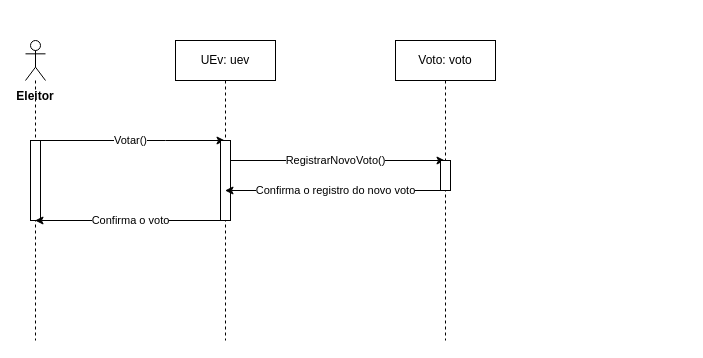
HenriqueFinatti/Modelagem-De-Software-Orientado-a-Objetos keeps this draw.io diagram as Lab03- Diagrama de Sequencias/votar.drawio. Above is the earlier version. Source tidied: cells renumbered, new cells numbered last; positions are measured from the earlier drawing's top-left corner, leaving out a move shared by most shapes. Both pictures are drawn from the tidied source at 100%, with x=0, y=0 at pixel (25, 40).
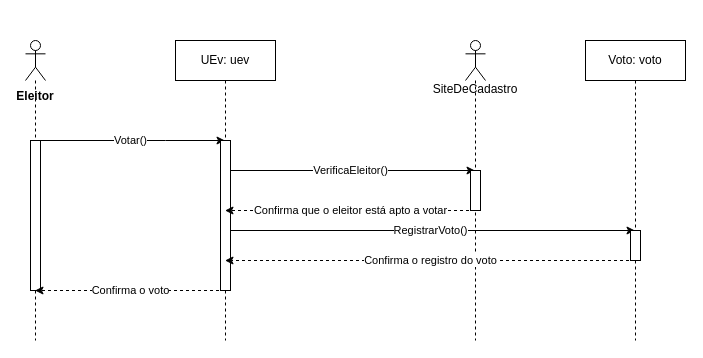
The same page after the edit.

The change refers to these unchanged cells:
```xml
<mxCell id="3" value="&lt;div&gt;&lt;b&gt;&lt;br&gt;&lt;/b&gt;&lt;/div&gt;&lt;div&gt;&lt;b&gt;&lt;br&gt;&lt;/b&gt;&lt;/div&gt;&lt;div&gt;&lt;b&gt;&lt;br&gt;&lt;/b&gt;&lt;/div&gt;&lt;div&gt;&lt;b&gt;&lt;br&gt;&lt;/b&gt;&lt;/div&gt;&lt;div&gt;&lt;b&gt;&lt;br&gt;&lt;/b&gt;&lt;/div&gt;&lt;div&gt;&lt;b&gt;Eleitor&lt;/b&gt;&lt;/div&gt;" style="shape=umlLifeline;perimeter=lifelinePerimeter;whiteSpace=wrap;html=1;outlineConnect=0;portConstraint=eastwest;newEdgeStyle={&quot;curved&quot;:0,&quot;rounded&quot;:0};participant=umlActor;" parent="1" vertex="1">
  <mxGeometry width="20" height="300" as="geometry" />
</mxCell>
<mxCell id="7" value="UEv: uev" style="shape=umlLifeline;perimeter=lifelinePerimeter;whiteSpace=wrap;html=1;outlineConnect=0;portConstraint=eastwest;newEdgeStyle={&quot;curved&quot;:0,&quot;rounded&quot;:0};" parent="1" vertex="1">
  <mxGeometry x="150" width="100" height="300" as="geometry" />
</mxCell>
```

Change to the diagram source:
```diff
@@
-    <mxCell id="4" style="html=1;perimeter=orthogonalPerimeter;targetShapes=umlLifeline;newEdgeStyle={&quot;curved&quot;:0,&quot;rounded&quot;:0};" parent="3" vertex="1">
-      <mxGeometry x="5" y="100" width="10" height="80" as="geometry" />
-    </mxCell>
+    <mxCell id="12" style="html=1;perimeter=orthogonalPerimeter;targetShapes=umlLifeline;newEdgeStyle={&quot;curved&quot;:0,&quot;rounded&quot;:0};" parent="3" vertex="1">
+      <mxGeometry x="5" y="100" width="10" height="150" as="geometry" />
+    </mxCell>
+    <mxCell id="13" value="VerificaEleitor()" style="edgeStyle=orthogonalEdgeStyle;rounded=0;jettySize=auto;html=1;curved=0;" parent="1" edge="1" source="7" target="16">
+      <mxGeometry relative="1" as="geometry">
+        <Array as="points">
+          <mxPoint x="320" y="130" />
+          <mxPoint x="320" y="130" />
+        </Array>
+      </mxGeometry>
+    </mxCell>
-    <mxCell id="5" value="RegistrarNovoVoto()" style="edgeStyle=orthogonalEdgeStyle;rounded=0;jettySize=auto;html=1;curved=0;" parent="1" edge="1" source="7" target="10">
+    <mxCell id="5" value="RegistrarVoto()" style="edgeStyle=orthogonalEdgeStyle;rounded=0;jettySize=auto;html=1;curved=0;" parent="1" edge="1" source="7" target="10">
       <mxGeometry relative="1" as="geometry">
         <Array as="points">
-          <mxPoint x="310" y="120" />
-          <mxPoint x="310" y="120" />
+          <mxPoint x="410" y="190" />
+          <mxPoint x="410" y="190" />
         </Array>
       </mxGeometry>
     </mxCell>
-    <mxCell id="6" value="Confirma o voto" style="edgeStyle=orthogonalEdgeStyle;rounded=0;jettySize=auto;html=1;curved=0;" parent="1" edge="1" source="7" target="3">
+    <mxCell id="6" value="Confirma o voto" style="edgeStyle=orthogonalEdgeStyle;rounded=0;jettySize=auto;html=1;curved=0;dashed=1;" parent="1" edge="1" source="7" target="3">
       <mxGeometry relative="1" as="geometry">
         <Array as="points">
-          <mxPoint x="100" y="180" />
-          <mxPoint x="100" y="180" />
+          <mxPoint x="90" y="250" />
+          <mxPoint x="90" y="250" />
         </Array>
       </mxGeometry>
     </mxCell>
@@
-    <mxCell id="8" style="html=1;perimeter=orthogonalPerimeter;targetShapes=umlLifeline;newEdgeStyle={&quot;curved&quot;:0,&quot;rounded&quot;:0};" parent="7" vertex="1">
-      <mxGeometry x="45" y="100" width="10" height="80" as="geometry" />
-    </mxCell>
+    <mxCell id="14" style="html=1;perimeter=orthogonalPerimeter;targetShapes=umlLifeline;newEdgeStyle={&quot;curved&quot;:0,&quot;rounded&quot;:0};" parent="7" vertex="1">
+      <mxGeometry x="45" y="100" width="10" height="150" as="geometry" />
+    </mxCell>
+    <mxCell id="15" value="Confirma que o eleitor está apto a votar" style="edgeStyle=orthogonalEdgeStyle;rounded=0;jettySize=auto;html=1;curved=0;dashed=1;" parent="1" edge="1" source="16" target="7">
+      <mxGeometry relative="1" as="geometry">
+        <Array as="points">
+          <mxPoint x="320" y="170" />
+          <mxPoint x="320" y="170" />
+        </Array>
+      </mxGeometry>
+    </mxCell>
+    <mxCell id="16" value="&lt;div&gt;&lt;br&gt;&lt;/div&gt;&lt;div&gt;&lt;br&gt;&lt;/div&gt;&lt;div&gt;&lt;br&gt;&lt;/div&gt;&lt;div&gt;&lt;br&gt;&lt;/div&gt;SiteDeCadastro" style="shape=umlLifeline;perimeter=lifelinePerimeter;whiteSpace=wrap;html=1;outlineConnect=0;portConstraint=eastwest;newEdgeStyle={&quot;curved&quot;:0,&quot;rounded&quot;:0};participant=umlActor;" parent="1" vertex="1">
+      <mxGeometry x="440" width="20" height="300" as="geometry" />
+    </mxCell>
+    <mxCell id="17" style="html=1;perimeter=orthogonalPerimeter;targetShapes=umlLifeline;newEdgeStyle={&quot;curved&quot;:0,&quot;rounded&quot;:0};" parent="16" vertex="1">
+      <mxGeometry x="5" y="130" width="10" height="40" as="geometry" />
+    </mxCell>
-    <mxCell id="9" value="&lt;div&gt;Confirma o registro do novo voto&lt;/div&gt;" style="edgeStyle=orthogonalEdgeStyle;rounded=0;jettySize=auto;html=1;curved=0;" parent="1" edge="1" source="10" target="7">
-      <mxGeometry relative="1" as="geometry" />
+    <mxCell id="9" value="Confirma o registro do voto" style="edgeStyle=orthogonalEdgeStyle;rounded=0;jettySize=auto;html=1;curved=0;dashed=1;" parent="1" edge="1" source="10" target="7">
+      <mxGeometry relative="1" as="geometry">
+        <Array as="points">
+          <mxPoint x="390" y="220" />
+          <mxPoint x="390" y="220" />
+        </Array>
+      </mxGeometry>
     </mxCell>
     <mxCell id="10" value="Voto: voto" style="shape=umlLifeline;perimeter=lifelinePerimeter;whiteSpace=wrap;html=1;outlineConnect=0;portConstraint=eastwest;newEdgeStyle={&quot;curved&quot;:0,&quot;rounded&quot;:0};" parent="1" vertex="1">
-      <mxGeometry x="370" width="100" height="300" as="geometry" />
+      <mxGeometry x="560" width="100" height="300" as="geometry" />
     </mxCell>
-    <mxCell id="11" style="html=1;perimeter=orthogonalPerimeter;targetShapes=umlLifeline;newEdgeStyle={&quot;curved&quot;:0,&quot;rounded&quot;:0};" parent="10" vertex="1">
-      <mxGeometry x="45" y="120" width="10" height="30" as="geometry" />
-    </mxCell>
+    <mxCell id="18" style="html=1;perimeter=orthogonalPerimeter;targetShapes=umlLifeline;newEdgeStyle={&quot;curved&quot;:0,&quot;rounded&quot;:0};" parent="10" vertex="1">
+      <mxGeometry x="45" y="190" width="10" height="30" as="geometry" />
+    </mxCell>
```
